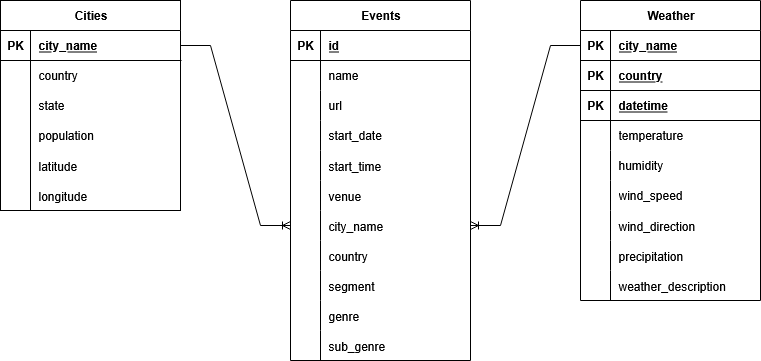
The draw.io diagram database_design.png in MTStokes2/pdi_assignment, before a commit. Source tidied: cells renumbered, new cells last; positions are measured from the earlier drawing's top-left corner, leaving out a move shared by most shapes.
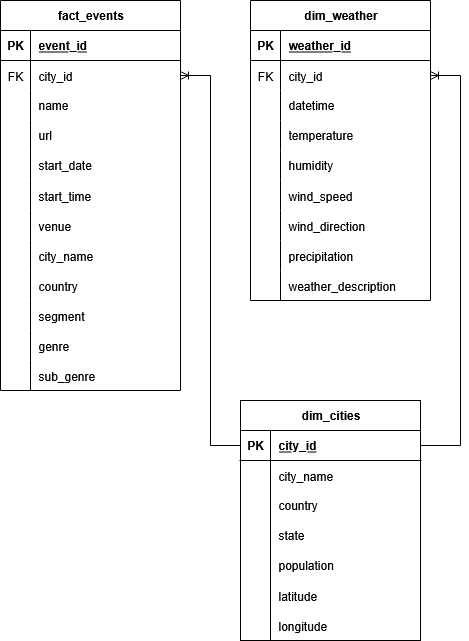
Above is the later version.

Diff of the diagram source:
```diff
@@ -1,2 +1,2 @@
-<mxGraphModel>
+<mxGraphModel background="#ffffff">
   <root>
@@ -4,4 +4,4 @@
     <mxCell id="1" parent="0" />
-    <mxCell id="2" value="Cities" style="shape=table;startSize=30;rowLines=0;fontStyle=1;align=center;html=1;" parent="1" vertex="1">
-      <mxGeometry width="180" height="210" as="geometry" />
+    <mxCell id="2" value="dim_cities" style="shape=table;startSize=30;rowLines=0;fontStyle=1;align=center;html=1;fillColor=default;gradientColor=none;" parent="1" vertex="1">
+      <mxGeometry x="370" y="310" width="180" height="240" as="geometry" />
     </mxCell>
@@ -13,7 +13,16 @@
     </mxCell>
-    <mxCell id="5" value="city_name" style="shape=partialRectangle;fillColor=none;top=0;left=0;bottom=0;right=0;align=left;spacingLeft=6;fontStyle=5;overflow=hidden;whiteSpace=wrap;html=1;" parent="3" vertex="1">
+    <mxCell id="5" value="city_id" style="shape=partialRectangle;fillColor=none;top=0;left=0;bottom=0;right=0;align=left;spacingLeft=6;fontStyle=5;overflow=hidden;whiteSpace=wrap;html=1;" parent="3" vertex="1">
       <mxGeometry x="30" width="150" height="30" as="geometry" />
     </mxCell>
+    <mxCell id="85" style="shape=tableRow;horizontal=0;startSize=0;swimlaneHead=0;swimlaneBody=0;fillColor=none;top=0;left=0;right=0;bottom=0;" parent="2" vertex="1">
+      <mxGeometry y="60" width="180" height="30" as="geometry" />
+    </mxCell>
+    <mxCell id="86" style="shape=partialRectangle;fillColor=none;top=0;left=0;bottom=0;right=0;overflow=hidden;" parent="85" vertex="1">
+      <mxGeometry width="30" height="30" as="geometry" />
+    </mxCell>
+    <mxCell id="24" value="city_name" style="shape=partialRectangle;fillColor=none;top=0;left=0;bottom=0;right=0;align=left;spacingLeft=6;overflow=hidden;" parent="85" vertex="1">
+      <mxGeometry x="30" width="150" height="30" as="geometry" />
+    </mxCell>
     <mxCell id="6" style="shape=tableRow;horizontal=0;startSize=0;swimlaneHead=0;swimlaneBody=0;fillColor=none;top=0;left=0;right=0;bottom=0;" parent="2" vertex="1">
-      <mxGeometry y="60" width="180" height="30" as="geometry" />
+      <mxGeometry y="90" width="180" height="30" as="geometry" />
     </mxCell>
@@ -26,3 +35,3 @@
     <mxCell id="9" style="shape=tableRow;horizontal=0;startSize=0;swimlaneHead=0;swimlaneBody=0;fillColor=none;top=0;left=0;right=0;bottom=0;" parent="2" vertex="1">
-      <mxGeometry y="90" width="180" height="30" as="geometry" />
+      <mxGeometry y="120" width="180" height="30" as="geometry" />
     </mxCell>
@@ -35,3 +44,3 @@
     <mxCell id="12" style="shape=tableRow;horizontal=0;startSize=0;swimlaneHead=0;swimlaneBody=0;fillColor=none;top=0;left=0;right=0;bottom=0;" parent="2" vertex="1">
-      <mxGeometry y="120" width="180" height="30" as="geometry" />
+      <mxGeometry y="150" width="180" height="30" as="geometry" />
     </mxCell>
@@ -44,3 +53,3 @@
     <mxCell id="15" style="shape=tableRow;horizontal=0;startSize=0;swimlaneHead=0;swimlaneBody=0;fillColor=none;top=0;left=0;right=0;bottom=0;" parent="2" vertex="1">
-      <mxGeometry y="150" width="180" height="30" as="geometry" />
+      <mxGeometry y="180" width="180" height="30" as="geometry" />
     </mxCell>
@@ -53,3 +62,3 @@
     <mxCell id="18" style="shape=tableRow;horizontal=0;startSize=0;swimlaneHead=0;swimlaneBody=0;fillColor=none;top=0;left=0;right=0;bottom=0;" parent="2" vertex="1">
-      <mxGeometry y="180" width="180" height="30" as="geometry" />
+      <mxGeometry y="210" width="180" height="30" as="geometry" />
     </mxCell>
@@ -61,88 +70,4 @@
     </mxCell>
-    <mxCell id="21" value="Weather" style="shape=table;startSize=30;rowLines=0;fontStyle=1;align=center;html=1;" parent="1" vertex="1">
-      <mxGeometry x="580" width="180" height="300" as="geometry" />
-    </mxCell>
-    <mxCell id="22" style="shape=tableRow;horizontal=0;startSize=0;swimlaneHead=0;swimlaneBody=0;fillColor=none;points=[[0,0.5],[1,0.5]];portConstraint=eastwest;top=0;left=0;right=0;bottom=1;" parent="21" vertex="1">
-      <mxGeometry y="30" width="180" height="30" as="geometry" />
-    </mxCell>
-    <mxCell id="23" value="PK" style="shape=partialRectangle;fillColor=none;top=0;left=0;bottom=0;right=0;fontStyle=1;overflow=hidden;whiteSpace=wrap;html=1;" parent="22" vertex="1">
-      <mxGeometry width="30" height="30" as="geometry" />
-    </mxCell>
-    <mxCell id="24" value="city_name" style="shape=partialRectangle;fillColor=none;top=0;left=0;bottom=0;right=0;align=left;spacingLeft=6;fontStyle=5;overflow=hidden;whiteSpace=wrap;html=1;" parent="22" vertex="1">
-      <mxGeometry x="30" width="150" height="30" as="geometry" />
-    </mxCell>
-    <mxCell id="25" style="shape=tableRow;horizontal=0;startSize=0;swimlaneHead=0;swimlaneBody=0;fillColor=none;top=0;left=0;right=0;bottom=1;" parent="21" vertex="1">
-      <mxGeometry y="60" width="180" height="30" as="geometry" />
-    </mxCell>
-    <mxCell id="26" value="PK" style="shape=partialRectangle;fillColor=none;top=0;left=0;bottom=0;right=0;fontStyle=1;overflow=hidden;whiteSpace=wrap;html=1;" parent="25" vertex="1">
-      <mxGeometry width="30" height="30" as="geometry" />
-    </mxCell>
-    <mxCell id="27" value="country" style="shape=partialRectangle;fillColor=none;top=0;left=0;bottom=0;right=0;align=left;spacingLeft=6;fontStyle=5;overflow=hidden;whiteSpace=wrap;html=1;" parent="25" vertex="1">
-      <mxGeometry x="30" width="150" height="30" as="geometry" />
-    </mxCell>
-    <mxCell id="28" style="shape=tableRow;horizontal=0;startSize=0;swimlaneHead=0;swimlaneBody=0;fillColor=none;top=0;left=0;right=0;bottom=1;" parent="21" vertex="1">
-      <mxGeometry y="90" width="180" height="30" as="geometry" />
-    </mxCell>
-    <mxCell id="29" value="PK" style="shape=partialRectangle;fillColor=none;top=0;left=0;bottom=0;right=0;fontStyle=1;overflow=hidden;whiteSpace=wrap;html=1;" parent="28" vertex="1">
-      <mxGeometry width="30" height="30" as="geometry" />
-    </mxCell>
-    <mxCell id="30" value="datetime" style="shape=partialRectangle;fillColor=none;top=0;left=0;bottom=0;right=0;align=left;spacingLeft=6;fontStyle=5;overflow=hidden;whiteSpace=wrap;html=1;" parent="28" vertex="1">
-      <mxGeometry x="30" width="150" height="30" as="geometry" />
-    </mxCell>
-    <mxCell id="31" style="shape=tableRow;horizontal=0;startSize=0;swimlaneHead=0;swimlaneBody=0;fillColor=none;top=0;left=0;right=0;bottom=0;" parent="21" vertex="1">
-      <mxGeometry y="120" width="180" height="30" as="geometry" />
-    </mxCell>
-    <mxCell id="32" style="shape=partialRectangle;fillColor=none;top=0;left=0;bottom=0;right=0;overflow=hidden;whiteSpace=wrap;html=1;" parent="31" vertex="1">
-      <mxGeometry width="30" height="30" as="geometry" />
-    </mxCell>
-    <mxCell id="33" value="temperature" style="shape=partialRectangle;fillColor=none;top=0;left=0;bottom=0;right=0;align=left;spacingLeft=6;overflow=hidden;whiteSpace=wrap;html=1;" parent="31" vertex="1">
-      <mxGeometry x="30" width="150" height="30" as="geometry" />
-    </mxCell>
-    <mxCell id="34" style="shape=tableRow;horizontal=0;startSize=0;swimlaneHead=0;swimlaneBody=0;fillColor=none;top=0;left=0;right=0;bottom=0;" parent="21" vertex="1">
-      <mxGeometry y="150" width="180" height="30" as="geometry" />
-    </mxCell>
-    <mxCell id="35" style="shape=partialRectangle;fillColor=none;top=0;left=0;bottom=0;right=0;overflow=hidden;whiteSpace=wrap;html=1;" parent="34" vertex="1">
-      <mxGeometry width="30" height="30" as="geometry" />
-    </mxCell>
-    <mxCell id="36" value="humidity" style="shape=partialRectangle;fillColor=none;top=0;left=0;bottom=0;right=0;align=left;spacingLeft=6;overflow=hidden;whiteSpace=wrap;html=1;" parent="34" vertex="1">
-      <mxGeometry x="30" width="150" height="30" as="geometry" />
-    </mxCell>
-    <mxCell id="37" style="shape=tableRow;horizontal=0;startSize=0;swimlaneHead=0;swimlaneBody=0;fillColor=none;top=0;left=0;right=0;bottom=0;" parent="21" vertex="1">
-      <mxGeometry y="180" width="180" height="30" as="geometry" />
-    </mxCell>
-    <mxCell id="38" style="shape=partialRectangle;fillColor=none;top=0;left=0;bottom=0;right=0;overflow=hidden;whiteSpace=wrap;html=1;" parent="37" vertex="1">
-      <mxGeometry width="30" height="30" as="geometry" />
-    </mxCell>
-    <mxCell id="39" value="wind_speed" style="shape=partialRectangle;fillColor=none;top=0;left=0;bottom=0;right=0;align=left;spacingLeft=6;overflow=hidden;whiteSpace=wrap;html=1;" parent="37" vertex="1">
-      <mxGeometry x="30" width="150" height="30" as="geometry" />
-    </mxCell>
-    <mxCell id="40" style="shape=tableRow;horizontal=0;startSize=0;swimlaneHead=0;swimlaneBody=0;fillColor=none;top=0;left=0;right=0;bottom=0;" parent="21" vertex="1">
-      <mxGeometry y="210" width="180" height="30" as="geometry" />
-    </mxCell>
-    <mxCell id="41" style="shape=partialRectangle;fillColor=none;top=0;left=0;bottom=0;right=0;overflow=hidden;" parent="40" vertex="1">
-      <mxGeometry width="30" height="30" as="geometry" />
-    </mxCell>
-    <mxCell id="42" value="wind_direction" style="shape=partialRectangle;fillColor=none;top=0;left=0;bottom=0;right=0;align=left;spacingLeft=6;overflow=hidden;" parent="40" vertex="1">
-      <mxGeometry x="30" width="150" height="30" as="geometry" />
-    </mxCell>
-    <mxCell id="43" style="shape=tableRow;horizontal=0;startSize=0;swimlaneHead=0;swimlaneBody=0;fillColor=none;top=0;left=0;right=0;bottom=0;" parent="21" vertex="1">
-      <mxGeometry y="240" width="180" height="30" as="geometry" />
-    </mxCell>
-    <mxCell id="44" style="shape=partialRectangle;fillColor=none;top=0;left=0;bottom=0;right=0;overflow=hidden;" parent="43" vertex="1">
-      <mxGeometry width="30" height="30" as="geometry" />
-    </mxCell>
-    <mxCell id="45" value="precipitation" style="shape=partialRectangle;fillColor=none;top=0;left=0;bottom=0;right=0;align=left;spacingLeft=6;overflow=hidden;" parent="43" vertex="1">
-      <mxGeometry x="30" width="150" height="30" as="geometry" />
-    </mxCell>
-    <mxCell id="46" style="shape=tableRow;horizontal=0;startSize=0;swimlaneHead=0;swimlaneBody=0;fillColor=none;top=0;left=0;right=0;bottom=0;" parent="21" vertex="1">
-      <mxGeometry y="270" width="180" height="30" as="geometry" />
-    </mxCell>
-    <mxCell id="47" style="shape=partialRectangle;fillColor=none;top=0;left=0;bottom=0;right=0;overflow=hidden;" parent="46" vertex="1">
-      <mxGeometry width="30" height="30" as="geometry" />
-    </mxCell>
-    <mxCell id="48" value="weather_description" style="shape=partialRectangle;fillColor=none;top=0;left=0;bottom=0;right=0;align=left;spacingLeft=6;overflow=hidden;" parent="46" vertex="1">
-      <mxGeometry x="30" width="150" height="30" as="geometry" />
-    </mxCell>
-    <mxCell id="49" value="Events" style="shape=table;startSize=30;rowLines=0;fontStyle=1;align=center;html=1;" parent="1" vertex="1">
-      <mxGeometry x="290" width="180" height="360" as="geometry" />
+    <mxCell id="49" value="fact_events" style="shape=table;startSize=30;rowLines=0;fontStyle=1;align=center;html=1;" parent="1" vertex="1">
+      <mxGeometry x="130" y="-90" width="180" height="390" as="geometry" />
     </mxCell>
@@ -154,7 +79,16 @@
     </mxCell>
-    <mxCell id="52" value="id" style="shape=partialRectangle;fillColor=none;top=0;left=0;bottom=0;right=0;align=left;spacingLeft=6;fontStyle=5;overflow=hidden;whiteSpace=wrap;html=1;" parent="50" vertex="1">
+    <mxCell id="52" value="event_id" style="shape=partialRectangle;fillColor=none;top=0;left=0;bottom=0;right=0;align=left;spacingLeft=6;fontStyle=5;overflow=hidden;whiteSpace=wrap;html=1;" parent="50" vertex="1">
       <mxGeometry x="30" width="150" height="30" as="geometry" />
     </mxCell>
+    <mxCell id="87" style="shape=tableRow;horizontal=0;startSize=0;swimlaneHead=0;swimlaneBody=0;fillColor=none;points=[[0,0.5],[1,0.5]];portConstraint=eastwest;top=0;left=0;right=0;bottom=0;" parent="49" vertex="1">
+      <mxGeometry y="60" width="180" height="30" as="geometry" />
+    </mxCell>
+    <mxCell id="88" value="FK" style="shape=partialRectangle;fillColor=none;top=0;left=0;bottom=0;right=0;overflow=hidden;" parent="87" vertex="1">
+      <mxGeometry width="30" height="30" as="geometry" />
+    </mxCell>
+    <mxCell id="89" value="city_id" style="shape=partialRectangle;fillColor=none;top=0;left=0;bottom=0;right=0;align=left;spacingLeft=6;overflow=hidden;" parent="87" vertex="1">
+      <mxGeometry x="30" width="150" height="30" as="geometry" />
+    </mxCell>
     <mxCell id="53" style="shape=tableRow;horizontal=0;startSize=0;swimlaneHead=0;swimlaneBody=0;fillColor=none;top=0;left=0;right=0;bottom=0;" parent="49" vertex="1">
-      <mxGeometry y="60" width="180" height="30" as="geometry" />
+      <mxGeometry y="90" width="180" height="30" as="geometry" />
     </mxCell>
@@ -167,3 +101,3 @@
     <mxCell id="56" style="shape=tableRow;horizontal=0;startSize=0;swimlaneHead=0;swimlaneBody=0;fillColor=none;top=0;left=0;right=0;bottom=0;" parent="49" vertex="1">
-      <mxGeometry y="90" width="180" height="30" as="geometry" />
+      <mxGeometry y="120" width="180" height="30" as="geometry" />
     </mxCell>
@@ -176,3 +110,3 @@
     <mxCell id="59" style="shape=tableRow;horizontal=0;startSize=0;swimlaneHead=0;swimlaneBody=0;fillColor=none;top=0;left=0;right=0;bottom=0;" parent="49" vertex="1">
-      <mxGeometry y="120" width="180" height="30" as="geometry" />
+      <mxGeometry y="150" width="180" height="30" as="geometry" />
     </mxCell>
@@ -185,3 +119,3 @@
     <mxCell id="62" style="shape=tableRow;horizontal=0;startSize=0;swimlaneHead=0;swimlaneBody=0;fillColor=none;top=0;left=0;right=0;bottom=0;" parent="49" vertex="1">
-      <mxGeometry y="150" width="180" height="30" as="geometry" />
+      <mxGeometry y="180" width="180" height="30" as="geometry" />
     </mxCell>
@@ -194,3 +128,3 @@
     <mxCell id="65" style="shape=tableRow;horizontal=0;startSize=0;swimlaneHead=0;swimlaneBody=0;fillColor=none;top=0;left=0;right=0;bottom=0;" parent="49" vertex="1">
-      <mxGeometry y="180" width="180" height="30" as="geometry" />
+      <mxGeometry y="210" width="180" height="30" as="geometry" />
     </mxCell>
@@ -203,3 +137,3 @@
     <mxCell id="68" style="shape=tableRow;horizontal=0;startSize=0;swimlaneHead=0;swimlaneBody=0;fillColor=none;points=[[0,0.5],[1,0.5]];portConstraint=eastwest;top=0;left=0;right=0;bottom=0;" parent="49" vertex="1">
-      <mxGeometry y="210" width="180" height="30" as="geometry" />
+      <mxGeometry y="240" width="180" height="30" as="geometry" />
     </mxCell>
@@ -212,3 +146,3 @@
     <mxCell id="71" style="shape=tableRow;horizontal=0;startSize=0;swimlaneHead=0;swimlaneBody=0;fillColor=none;top=0;left=0;right=0;bottom=0;" parent="49" vertex="1">
-      <mxGeometry y="240" width="180" height="30" as="geometry" />
+      <mxGeometry y="270" width="180" height="30" as="geometry" />
     </mxCell>
@@ -221,3 +155,3 @@
     <mxCell id="74" style="shape=tableRow;horizontal=0;startSize=0;swimlaneHead=0;swimlaneBody=0;fillColor=none;top=0;left=0;right=0;bottom=0;" parent="49" vertex="1">
-      <mxGeometry y="270" width="180" height="30" as="geometry" />
+      <mxGeometry y="300" width="180" height="30" as="geometry" />
     </mxCell>
@@ -230,3 +164,3 @@
     <mxCell id="77" style="shape=tableRow;horizontal=0;startSize=0;swimlaneHead=0;swimlaneBody=0;fillColor=none;top=0;left=0;right=0;bottom=0;" parent="49" vertex="1">
-      <mxGeometry y="300" width="180" height="30" as="geometry" />
+      <mxGeometry y="330" width="180" height="30" as="geometry" />
     </mxCell>
@@ -239,3 +173,3 @@
     <mxCell id="80" style="shape=tableRow;horizontal=0;startSize=0;swimlaneHead=0;swimlaneBody=0;fillColor=none;top=0;left=0;right=0;bottom=0;" parent="49" vertex="1">
-      <mxGeometry y="330" width="180" height="30" as="geometry" />
+      <mxGeometry y="360" width="180" height="30" as="geometry" />
     </mxCell>
@@ -247,8 +181,96 @@
     </mxCell>
-    <mxCell id="83" style="edgeStyle=entityRelationEdgeStyle;fontSize=12;html=1;endArrow=ERoneToMany;rounded=0;exitX=1;exitY=0.5;exitDx=0;exitDy=0;entryX=0;entryY=0.5;entryDx=0;entryDy=0;" parent="1" edge="1" source="3" target="68">
-      <mxGeometry relative="1" as="geometry" />
-    </mxCell>
-    <mxCell id="84" style="edgeStyle=entityRelationEdgeStyle;fontSize=12;html=1;endArrow=ERoneToMany;rounded=0;exitX=0;exitY=0.5;exitDx=0;exitDy=0;" parent="1" edge="1" source="22" target="68">
-      <mxGeometry relative="1" as="geometry" />
-    </mxCell>
+    <mxCell id="90" value="dim_weather" style="shape=table;startSize=30;rowLines=0;fontStyle=1;align=center;html=1;" parent="1" vertex="1">
+      <mxGeometry x="380" y="-90" width="180" height="300" as="geometry" />
+    </mxCell>
+    <mxCell id="22" style="shape=tableRow;horizontal=0;startSize=0;swimlaneHead=0;swimlaneBody=0;fillColor=none;points=[[0,0.5],[1,0.5]];portConstraint=eastwest;top=0;left=0;right=0;bottom=1;" parent="90" vertex="1">
+      <mxGeometry y="30" width="180" height="30" as="geometry" />
+    </mxCell>
+    <mxCell id="91" value="PK" style="shape=partialRectangle;fillColor=none;top=0;left=0;bottom=0;right=0;fontStyle=1;overflow=hidden;whiteSpace=wrap;html=1;" parent="22" vertex="1">
+      <mxGeometry width="30" height="30" as="geometry" />
+    </mxCell>
+    <mxCell id="92" value="weather_id" style="shape=partialRectangle;fillColor=none;top=0;left=0;bottom=0;right=0;align=left;spacingLeft=6;fontStyle=5;overflow=hidden;whiteSpace=wrap;html=1;" parent="22" vertex="1">
+      <mxGeometry x="30" width="150" height="30" as="geometry" />
+    </mxCell>
+    <mxCell id="93" style="shape=tableRow;horizontal=0;startSize=0;swimlaneHead=0;swimlaneBody=0;fillColor=none;points=[[0,0.5],[1,0.5]];portConstraint=eastwest;top=0;left=0;right=0;bottom=0;" parent="90" vertex="1">
+      <mxGeometry y="60" width="180" height="30" as="geometry" />
+    </mxCell>
+    <mxCell id="94" value="FK" style="shape=partialRectangle;fillColor=none;top=0;left=0;bottom=0;right=0;overflow=hidden;" parent="93" vertex="1">
+      <mxGeometry width="30" height="30" as="geometry" />
+    </mxCell>
+    <mxCell id="95" value="city_id" style="shape=partialRectangle;fillColor=none;top=0;left=0;bottom=0;right=0;align=left;spacingLeft=6;overflow=hidden;" parent="93" vertex="1">
+      <mxGeometry x="30" width="150" height="30" as="geometry" />
+    </mxCell>
+    <mxCell id="96" style="shape=tableRow;horizontal=0;startSize=0;swimlaneHead=0;swimlaneBody=0;fillColor=none;top=0;left=0;right=0;bottom=0;" parent="90" vertex="1">
+      <mxGeometry y="90" width="180" height="30" as="geometry" />
+    </mxCell>
+    <mxCell id="97" style="shape=partialRectangle;fillColor=none;top=0;left=0;bottom=0;right=0;overflow=hidden;whiteSpace=wrap;html=1;" parent="96" vertex="1">
+      <mxGeometry width="30" height="30" as="geometry" />
+    </mxCell>
+    <mxCell id="30" value="datetime" style="shape=partialRectangle;fillColor=none;top=0;left=0;bottom=0;right=0;align=left;spacingLeft=6;overflow=hidden;whiteSpace=wrap;html=1;" parent="96" vertex="1">
+      <mxGeometry x="30" width="150" height="30" as="geometry" />
+    </mxCell>
+    <mxCell id="31" style="shape=tableRow;horizontal=0;startSize=0;swimlaneHead=0;swimlaneBody=0;fillColor=none;top=0;left=0;right=0;bottom=0;" parent="90" vertex="1">
+      <mxGeometry y="120" width="180" height="30" as="geometry" />
+    </mxCell>
+    <mxCell id="98" style="shape=partialRectangle;fillColor=none;top=0;left=0;bottom=0;right=0;overflow=hidden;whiteSpace=wrap;html=1;" parent="31" vertex="1">
+      <mxGeometry width="30" height="30" as="geometry" />
+    </mxCell>
+    <mxCell id="33" value="temperature" style="shape=partialRectangle;fillColor=none;top=0;left=0;bottom=0;right=0;align=left;spacingLeft=6;overflow=hidden;whiteSpace=wrap;html=1;" parent="31" vertex="1">
+      <mxGeometry x="30" width="150" height="30" as="geometry" />
+    </mxCell>
+    <mxCell id="34" style="shape=tableRow;horizontal=0;startSize=0;swimlaneHead=0;swimlaneBody=0;fillColor=none;top=0;left=0;right=0;bottom=0;" parent="90" vertex="1">
+      <mxGeometry y="150" width="180" height="30" as="geometry" />
+    </mxCell>
+    <mxCell id="99" style="shape=partialRectangle;fillColor=none;top=0;left=0;bottom=0;right=0;overflow=hidden;whiteSpace=wrap;html=1;" parent="34" vertex="1">
+      <mxGeometry width="30" height="30" as="geometry" />
+    </mxCell>
+    <mxCell id="36" value="humidity" style="shape=partialRectangle;fillColor=none;top=0;left=0;bottom=0;right=0;align=left;spacingLeft=6;overflow=hidden;whiteSpace=wrap;html=1;" parent="34" vertex="1">
+      <mxGeometry x="30" width="150" height="30" as="geometry" />
+    </mxCell>
+    <mxCell id="37" style="shape=tableRow;horizontal=0;startSize=0;swimlaneHead=0;swimlaneBody=0;fillColor=none;top=0;left=0;right=0;bottom=0;" parent="90" vertex="1">
+      <mxGeometry y="180" width="180" height="30" as="geometry" />
+    </mxCell>
+    <mxCell id="100" style="shape=partialRectangle;fillColor=none;top=0;left=0;bottom=0;right=0;overflow=hidden;" parent="37" vertex="1">
+      <mxGeometry width="30" height="30" as="geometry" />
+    </mxCell>
+    <mxCell id="39" value="wind_speed" style="shape=partialRectangle;fillColor=none;top=0;left=0;bottom=0;right=0;align=left;spacingLeft=6;overflow=hidden;" parent="37" vertex="1">
+      <mxGeometry x="30" width="150" height="30" as="geometry" />
+    </mxCell>
+    <mxCell id="40" style="shape=tableRow;horizontal=0;startSize=0;swimlaneHead=0;swimlaneBody=0;fillColor=none;top=0;left=0;right=0;bottom=0;" parent="90" vertex="1">
+      <mxGeometry y="210" width="180" height="30" as="geometry" />
+    </mxCell>
+    <mxCell id="101" style="shape=partialRectangle;fillColor=none;top=0;left=0;bottom=0;right=0;overflow=hidden;" parent="40" vertex="1">
+      <mxGeometry width="30" height="30" as="geometry" />
+    </mxCell>
+    <mxCell id="42" value="wind_direction" style="shape=partialRectangle;fillColor=none;top=0;left=0;bottom=0;right=0;align=left;spacingLeft=6;overflow=hidden;" parent="40" vertex="1">
+      <mxGeometry x="30" width="150" height="30" as="geometry" />
+    </mxCell>
+    <mxCell id="43" style="shape=tableRow;horizontal=0;startSize=0;swimlaneHead=0;swimlaneBody=0;fillColor=none;top=0;left=0;right=0;bottom=0;" parent="90" vertex="1">
+      <mxGeometry y="240" width="180" height="30" as="geometry" />
+    </mxCell>
+    <mxCell id="102" style="shape=partialRectangle;fillColor=none;top=0;left=0;bottom=0;right=0;overflow=hidden;" parent="43" vertex="1">
+      <mxGeometry width="30" height="30" as="geometry" />
+    </mxCell>
+    <mxCell id="45" value="precipitation" style="shape=partialRectangle;fillColor=none;top=0;left=0;bottom=0;right=0;align=left;spacingLeft=6;overflow=hidden;" parent="43" vertex="1">
+      <mxGeometry x="30" width="150" height="30" as="geometry" />
+    </mxCell>
+    <mxCell id="46" style="shape=tableRow;horizontal=0;startSize=0;swimlaneHead=0;swimlaneBody=0;fillColor=none;top=0;left=0;right=0;bottom=0;" parent="90" vertex="1">
+      <mxGeometry y="270" width="180" height="30" as="geometry" />
+    </mxCell>
+    <mxCell id="103" style="shape=partialRectangle;fillColor=none;top=0;left=0;bottom=0;right=0;overflow=hidden;" parent="46" vertex="1">
+      <mxGeometry width="30" height="30" as="geometry" />
+    </mxCell>
+    <mxCell id="48" value="weather_description" style="shape=partialRectangle;fillColor=none;top=0;left=0;bottom=0;right=0;align=left;spacingLeft=6;overflow=hidden;" parent="46" vertex="1">
+      <mxGeometry x="30" width="150" height="30" as="geometry" />
+    </mxCell>
+    <mxCell id="104" style="edgeStyle=entityRelationEdgeStyle;fontSize=12;html=1;endArrow=ERoneToMany;rounded=0;exitX=0;exitY=0.5;exitDx=0;exitDy=0;" parent="1" edge="1" source="3" target="87">
+      <mxGeometry relative="1" as="geometry" />
+    </mxCell>
+    <mxCell id="105" style="edgeStyle=entityRelationEdgeStyle;fontSize=12;html=1;endArrow=ERoneToMany;rounded=0;exitX=1;exitY=0.5;exitDx=0;exitDy=0;" parent="1" edge="1" source="3" target="93">
+      <mxGeometry relative="1" as="geometry">
+        <Array as="points">
+          <mxPoint x="690" y="70" />
+        </Array>
+      </mxGeometry>
+    </mxCell>
   </root>
```
